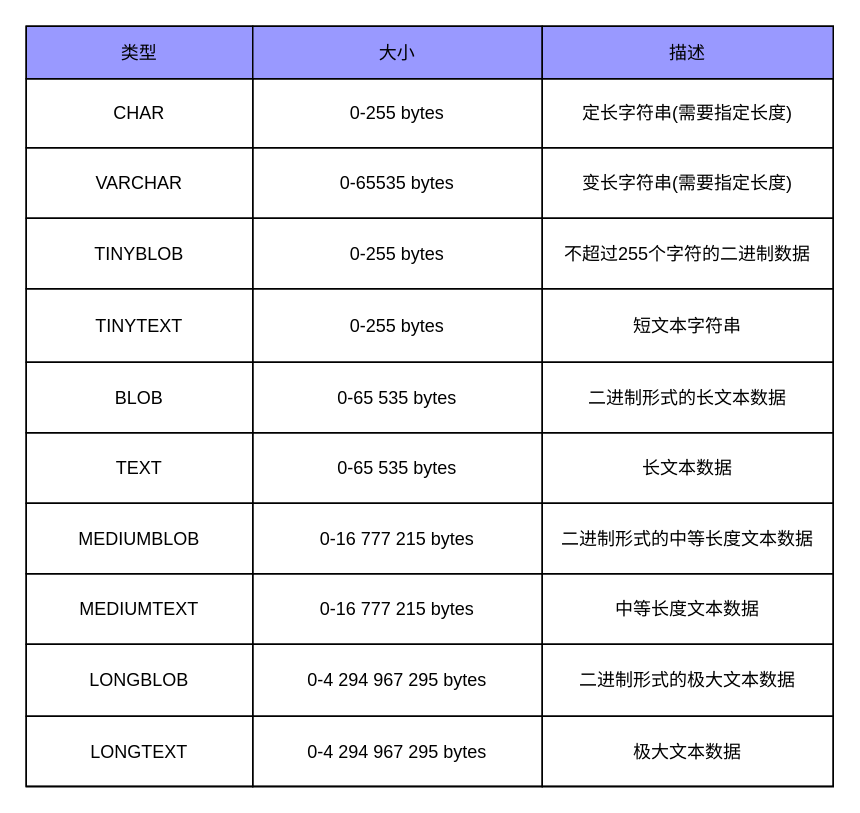
Before: sql_字符串类型.drawio in letengzz/Drawing, a draw.io diagram. Source tidied: cells renumbered, new cells numbered last; positions are measured from the earlier drawing's top-left corner, leaving out a move shared by most shapes. Both pictures are drawn from the tidied source at 150%, with x=0, y=0 at pixel (26, 26).
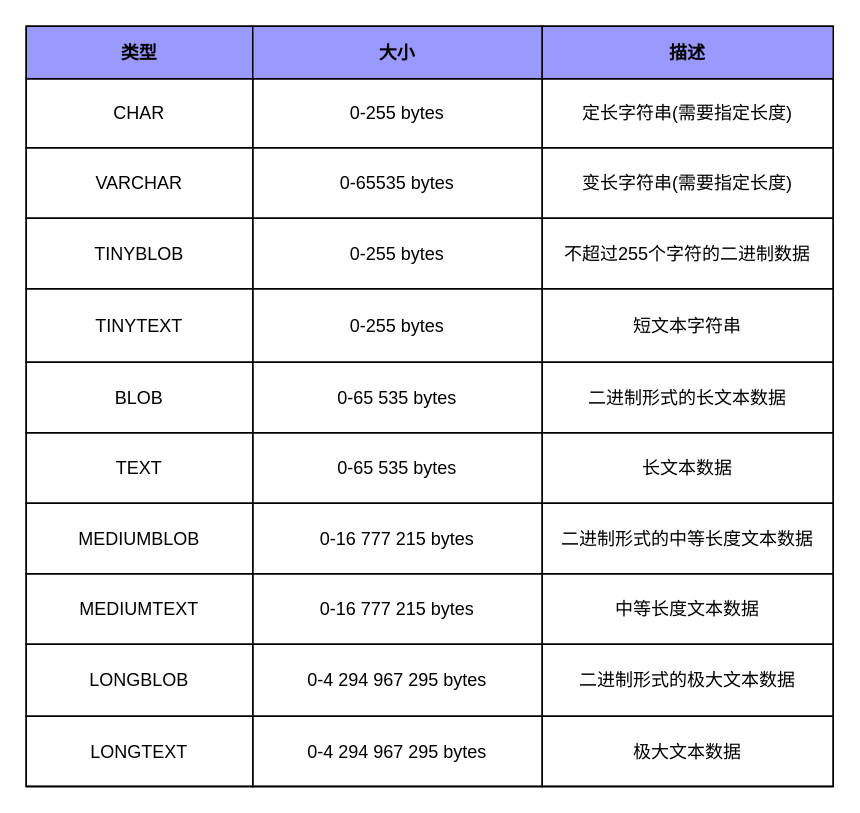
The same diagram, later.

Commit message (it also covers changes not shown here):
更新sql_字符串类型.drawio

Unchanged cells that the change refers to:
```xml
<mxCell id="3" style="shape=tableRow;horizontal=0;startSize=0;swimlaneHead=0;swimlaneBody=0;top=0;left=0;bottom=0;right=0;fontStyle=0;fillColor=none;strokeColor=inherit;" parent="2" vertex="1">
  <mxGeometry width="538" height="35" as="geometry" />
</mxCell>
```

The edit, as a diff of the source:
```diff
@@
-    <mxCell id="4" value="类型" style="strokeColor=inherit;fillColor=#9999FF;align=center;whiteSpace=wrap;html=1;" parent="3" vertex="1">
+    <mxCell id="4" value="类型" style="strokeColor=inherit;fillColor=#9999FF;align=center;whiteSpace=wrap;html=1;fontStyle=1;" parent="3" vertex="1">
       <mxGeometry width="151" height="35" as="geometry" />
     </mxCell>
-    <mxCell id="5" value="大小" style="strokeColor=inherit;fillColor=#9999FF;align=center;whiteSpace=wrap;html=1;" parent="3" vertex="1">
+    <mxCell id="5" value="大小" style="strokeColor=inherit;fillColor=#9999FF;align=center;whiteSpace=wrap;html=1;fontStyle=1;" parent="3" vertex="1">
       <mxGeometry x="151" width="193" height="35" as="geometry" />
     </mxCell>
-    <mxCell id="6" value="描述" style="strokeColor=inherit;fillColor=#9999FF;align=center;whiteSpace=wrap;html=1;" parent="3" vertex="1">
+    <mxCell id="6" value="描述" style="strokeColor=inherit;fillColor=#9999FF;align=center;whiteSpace=wrap;html=1;fontStyle=1;" parent="3" vertex="1">
       <mxGeometry x="344" width="194" height="35" as="geometry" />
     </mxCell>
```
